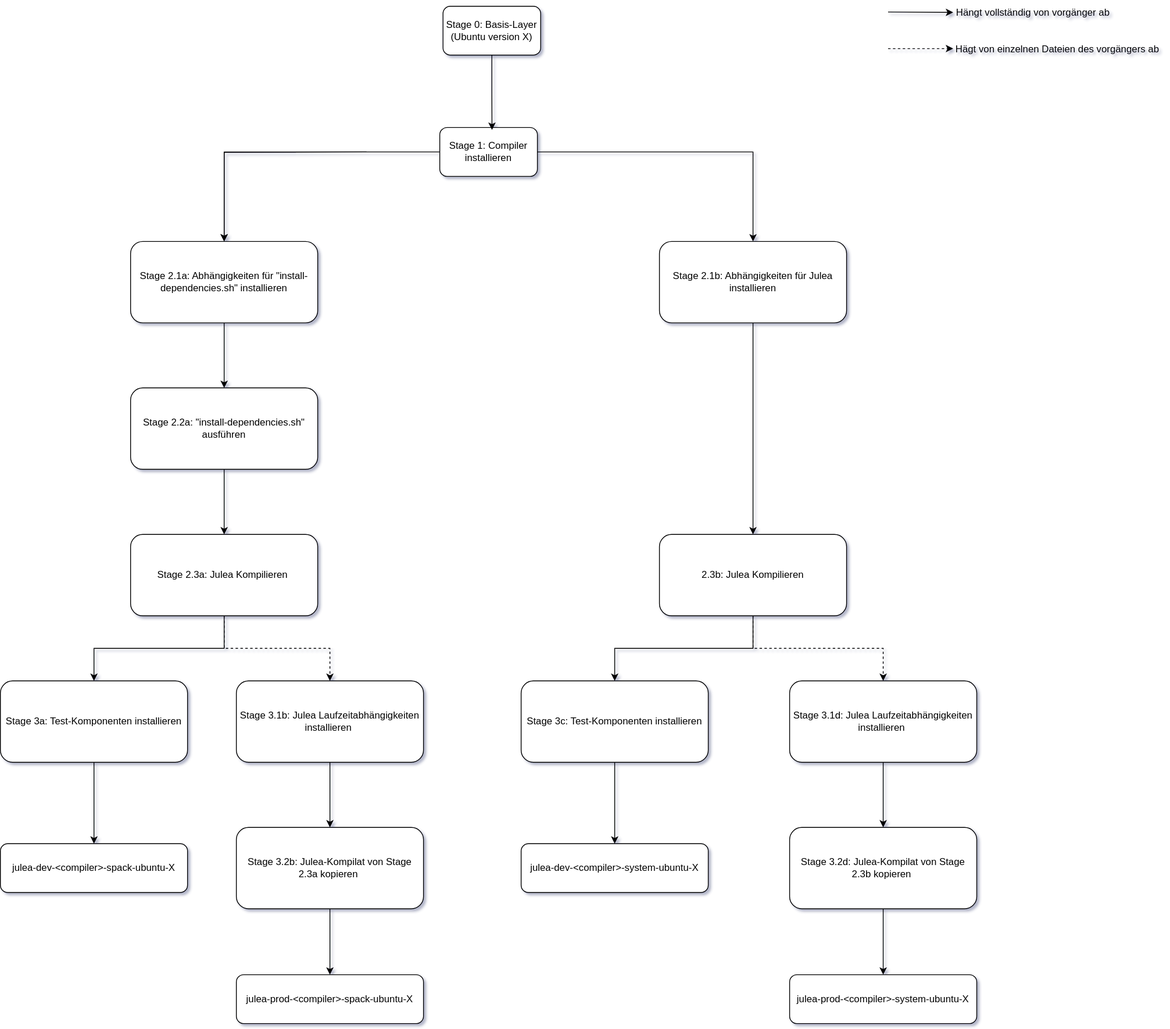
Above: figures/modell-containerfile.drawio.svg in FinnHering/bachelor-arbeit (draw.io), before the change. Source tidied: cells renumbered, new cells last; positions are measured from the earlier drawing's top-left corner, leaving out a move shared by most shapes.
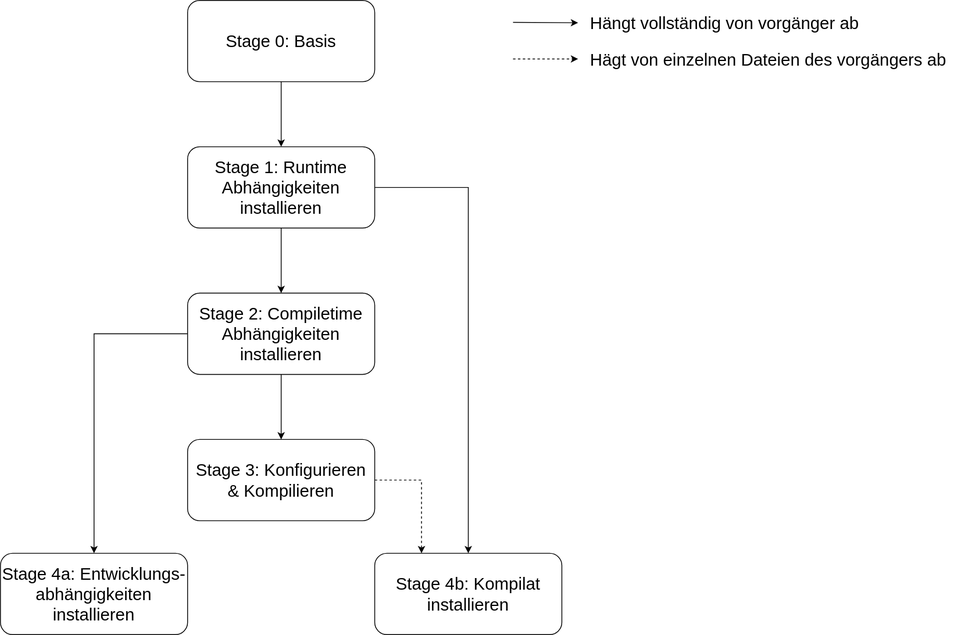
The same file after the commit.

What changed in the source:
```diff
@@ -2,127 +2,63 @@
   <root>
     <mxCell id="0" />
     <mxCell id="1" parent="0" />
-    <mxCell id="2" style="edgeStyle=orthogonalEdgeStyle;rounded=0;jettySize=auto;html=1;" parent="1" edge="1" target="7">
-      <mxGeometry relative="1" as="geometry">
-        <mxPoint x="450" y="187" as="sourcePoint" />
-      </mxGeometry>
-    </mxCell>
-    <mxCell id="3" style="edgeStyle=orthogonalEdgeStyle;rounded=0;jettySize=auto;html=1;exitX=0;exitY=0.5;exitDx=0;exitDy=0;" parent="1" edge="1" source="5" target="7">
-      <mxGeometry relative="1" as="geometry" />
-    </mxCell>
-    <mxCell id="4" style="edgeStyle=orthogonalEdgeStyle;rounded=0;jettySize=auto;html=1;entryX=0.5;entryY=0;entryDx=0;entryDy=0;" parent="1" edge="1" source="5" target="9">
-      <mxGeometry relative="1" as="geometry" />
-    </mxCell>
-    <mxCell id="5" value="Stage 1: Compiler installieren" style="rounded=1;whiteSpace=wrap;html=1;" parent="1" vertex="1">
-      <mxGeometry x="540" y="157" width="120" height="60" as="geometry" />
-    </mxCell>
-    <mxCell id="6" style="edgeStyle=orthogonalEdgeStyle;rounded=0;jettySize=auto;html=1;exitX=0.5;exitY=1;exitDx=0;exitDy=0;entryX=0.5;entryY=0;entryDx=0;entryDy=0;" parent="1" edge="1" source="7" target="11">
-      <mxGeometry relative="1" as="geometry" />
-    </mxCell>
-    <mxCell id="7" value="Stage 2.1a: Abhängigkeiten für &quot;install-dependencies.sh&quot; installieren" style="whiteSpace=wrap;html=1;rounded=1;" parent="1" vertex="1">
-      <mxGeometry x="160" y="297" width="230" height="100" as="geometry" />
-    </mxCell>
-    <mxCell id="8" style="edgeStyle=orthogonalEdgeStyle;rounded=0;jettySize=auto;html=1;exitX=0.5;exitY=1;exitDx=0;exitDy=0;entryX=0.5;entryY=0;entryDx=0;entryDy=0;" parent="1" edge="1" source="9" target="14">
-      <mxGeometry relative="1" as="geometry" />
-    </mxCell>
-    <mxCell id="9" value="Stage 2.1b: Abhängigkeiten für Julea installieren" style="whiteSpace=wrap;html=1;rounded=1;" parent="1" vertex="1">
-      <mxGeometry x="810" y="297" width="230" height="100" as="geometry" />
-    </mxCell>
-    <mxCell id="10" style="edgeStyle=orthogonalEdgeStyle;rounded=0;jettySize=auto;html=1;exitX=0.5;exitY=1;exitDx=0;exitDy=0;entryX=0.5;entryY=0;entryDx=0;entryDy=0;" parent="1" edge="1" source="11" target="17">
-      <mxGeometry relative="1" as="geometry" />
-    </mxCell>
-    <mxCell id="11" value="Stage 2.2a: &quot;install-dependencies.sh&quot; ausführen" style="whiteSpace=wrap;html=1;rounded=1;" parent="1" vertex="1">
-      <mxGeometry x="160" y="477" width="230" height="100" as="geometry" />
-    </mxCell>
-    <mxCell id="12" style="edgeStyle=orthogonalEdgeStyle;rounded=0;jettySize=auto;html=1;entryX=0.5;entryY=0;entryDx=0;entryDy=0;" parent="1" edge="1" source="14" target="23">
-      <mxGeometry relative="1" as="geometry" />
-    </mxCell>
-    <mxCell id="13" style="edgeStyle=orthogonalEdgeStyle;rounded=0;jettySize=auto;html=1;entryX=0.5;entryY=0;entryDx=0;entryDy=0;dashed=1;" parent="1" edge="1" source="14" target="25">
-      <mxGeometry relative="1" as="geometry" />
-    </mxCell>
-    <mxCell id="14" value="2.3b: Julea Kompilieren" style="whiteSpace=wrap;html=1;rounded=1;" parent="1" vertex="1">
-      <mxGeometry x="810" y="657" width="230" height="100" as="geometry" />
-    </mxCell>
-    <mxCell id="15" style="edgeStyle=orthogonalEdgeStyle;rounded=0;jettySize=auto;html=1;exitX=0.5;exitY=1;exitDx=0;exitDy=0;entryX=0.5;entryY=0;entryDx=0;entryDy=0;" parent="1" edge="1" source="17" target="19">
-      <mxGeometry relative="1" as="geometry" />
-    </mxCell>
-    <mxCell id="16" style="edgeStyle=orthogonalEdgeStyle;rounded=0;jettySize=auto;html=1;entryX=0.5;entryY=0;entryDx=0;entryDy=0;dashed=1;" parent="1" edge="1" source="17" target="21">
-      <mxGeometry relative="1" as="geometry" />
-    </mxCell>
-    <mxCell id="17" value="Stage 2.3a: Julea Kompilieren&amp;nbsp;" style="whiteSpace=wrap;html=1;rounded=1;" parent="1" vertex="1">
-      <mxGeometry x="160" y="657" width="230" height="100" as="geometry" />
-    </mxCell>
-    <mxCell id="18" style="edgeStyle=orthogonalEdgeStyle;rounded=0;jettySize=auto;html=1;" parent="1" edge="1" source="19" target="36">
-      <mxGeometry relative="1" as="geometry" />
-    </mxCell>
-    <mxCell id="19" value="Stage 3a: Test-Komponenten installieren" style="whiteSpace=wrap;html=1;rounded=1;" parent="1" vertex="1">
-      <mxGeometry y="837" width="230" height="100" as="geometry" />
-    </mxCell>
-    <mxCell id="20" style="edgeStyle=orthogonalEdgeStyle;rounded=0;jettySize=auto;html=1;entryX=0.5;entryY=0;entryDx=0;entryDy=0;" parent="1" edge="1" source="21" target="29">
-      <mxGeometry relative="1" as="geometry" />
-    </mxCell>
-    <mxCell id="21" value="Stage 3.1b: Julea Laufzeitabhängigkeiten installieren&amp;nbsp;" style="whiteSpace=wrap;html=1;rounded=1;" parent="1" vertex="1">
-      <mxGeometry x="290" y="837" width="230" height="100" as="geometry" />
-    </mxCell>
-    <mxCell id="22" style="edgeStyle=orthogonalEdgeStyle;rounded=0;jettySize=auto;html=1;entryX=0.5;entryY=0;entryDx=0;entryDy=0;" parent="1" edge="1" source="23" target="38">
-      <mxGeometry relative="1" as="geometry" />
-    </mxCell>
-    <mxCell id="23" value="Stage 3c: Test-Komponenten installieren" style="whiteSpace=wrap;html=1;rounded=1;" parent="1" vertex="1">
-      <mxGeometry x="640" y="837" width="230" height="100" as="geometry" />
-    </mxCell>
-    <mxCell id="24" style="edgeStyle=orthogonalEdgeStyle;rounded=0;jettySize=auto;html=1;" parent="1" edge="1" source="25" target="27">
-      <mxGeometry relative="1" as="geometry" />
-    </mxCell>
-    <mxCell id="25" value="Stage 3.1d: Julea Laufzeitabhängigkeiten installieren&amp;nbsp;" style="whiteSpace=wrap;html=1;rounded=1;" parent="1" vertex="1">
-      <mxGeometry x="970" y="837" width="230" height="100" as="geometry" />
-    </mxCell>
-    <mxCell id="26" style="edgeStyle=orthogonalEdgeStyle;rounded=0;jettySize=auto;html=1;entryX=0.5;entryY=0;entryDx=0;entryDy=0;" parent="1" edge="1" source="27" target="39">
-      <mxGeometry relative="1" as="geometry" />
-    </mxCell>
-    <mxCell id="27" value="Stage 3.2d: Julea-Kompilat von Stage 2.3b kopieren&amp;nbsp;" style="whiteSpace=wrap;html=1;rounded=1;" parent="1" vertex="1">
-      <mxGeometry x="970" y="1017" width="230" height="100" as="geometry" />
-    </mxCell>
-    <mxCell id="28" style="edgeStyle=orthogonalEdgeStyle;rounded=0;jettySize=auto;html=1;entryX=0.5;entryY=0;entryDx=0;entryDy=0;" parent="1" edge="1" source="29" target="37">
-      <mxGeometry relative="1" as="geometry" />
-    </mxCell>
-    <mxCell id="29" value="Stage 3.2b: Julea-Kompilat von Stage 2.3a kopieren&amp;nbsp;" style="whiteSpace=wrap;html=1;rounded=1;" parent="1" vertex="1">
-      <mxGeometry x="290" y="1017" width="230" height="100" as="geometry" />
-    </mxCell>
     <mxCell id="30" style="endArrow=classic;html=1;rounded=0;dashed=1;" parent="1" edge="1">
       <mxGeometry relative="1" as="geometry">
-        <mxPoint x="1091" y="60" as="sourcePoint" />
-        <mxPoint x="1171" y="60" as="targetPoint" />
+        <mxPoint x="1078" y="60" as="sourcePoint" />
+        <mxPoint x="1158" y="60" as="targetPoint" />
       </mxGeometry>
     </mxCell>
     <mxCell id="31" style="endArrow=classic;html=1;rounded=0;" parent="1" edge="1">
       <mxGeometry relative="1" as="geometry">
-        <mxPoint x="1091" y="15" as="sourcePoint" />
-        <mxPoint x="1171" y="15.5" as="targetPoint" />
+        <mxPoint x="1078" y="15" as="sourcePoint" />
+        <mxPoint x="1158" y="15.5" as="targetPoint" />
       </mxGeometry>
     </mxCell>
-    <mxCell id="32" value="Hängt vollständig von vorgänger ab&amp;nbsp;" style="text;html=1;align=center;verticalAlign=middle;whiteSpace=wrap;rounded=0;" parent="1" vertex="1">
-      <mxGeometry x="1171" y="0.5" width="200" height="30" as="geometry" />
+    <mxCell id="32" value="Hängt vollständig von vorgänger ab&amp;nbsp;" style="text;html=1;align=left;verticalAlign=middle;whiteSpace=wrap;rounded=0;fontSize=21;" parent="1" vertex="1">
+      <mxGeometry x="1171" y="0.5" width="367" height="30" as="geometry" />
     </mxCell>
-    <mxCell id="33" value="Hägt von einzelnen Dateien des vorgängers ab&amp;nbsp;" style="text;html=1;align=center;verticalAlign=middle;whiteSpace=wrap;rounded=0;" parent="1" vertex="1">
-      <mxGeometry x="1171" y="45.5" width="260" height="30" as="geometry" />
+    <mxCell id="33" value="Hägt von einzelnen Dateien des vorgängers ab&amp;nbsp;" style="text;html=1;align=left;verticalAlign=middle;whiteSpace=wrap;rounded=0;fontSize=21;" parent="1" vertex="1">
+      <mxGeometry x="1171" y="45.5" width="457" height="30" as="geometry" />
     </mxCell>
-    <mxCell id="34" value="Stage 0: Basis-Layer (Ubuntu version X)" style="rounded=1;whiteSpace=wrap;html=1;" parent="1" vertex="1">
-      <mxGeometry x="544" y="8" width="120" height="60" as="geometry" />
-    </mxCell>
-    <mxCell id="35" style="edgeStyle=orthogonalEdgeStyle;rounded=0;jettySize=auto;html=1;entryX=0.535;entryY=0.048;entryDx=0;entryDy=0;entryPerimeter=0;" parent="1" edge="1" source="34" target="5">
-      <mxGeometry relative="1" as="geometry" />
-    </mxCell>
-    <mxCell id="36" value="julea-dev-&amp;lt;compiler&amp;gt;-spack-ubuntu-X" style="whiteSpace=wrap;html=1;rounded=1;" parent="1" vertex="1">
-      <mxGeometry y="1037" width="230" height="60" as="geometry" />
-    </mxCell>
-    <mxCell id="37" value="julea-prod-&amp;lt;compiler&amp;gt;-spack-ubuntu-X" style="whiteSpace=wrap;html=1;rounded=1;" parent="1" vertex="1">
-      <mxGeometry x="290" y="1198" width="230" height="60" as="geometry" />
-    </mxCell>
-    <mxCell id="38" value="julea-dev-&amp;lt;compiler&amp;gt;-system-ubuntu-X" style="whiteSpace=wrap;html=1;rounded=1;" parent="1" vertex="1">
-      <mxGeometry x="640" y="1037" width="230" height="60" as="geometry" />
-    </mxCell>
-    <mxCell id="39" value="julea-prod-&amp;lt;compiler&amp;gt;-system-ubuntu-X" style="whiteSpace=wrap;html=1;rounded=1;" parent="1" vertex="1">
-      <mxGeometry x="970" y="1198" width="230" height="60" as="geometry" />
-    </mxCell>
+    <mxCell id="40" style="edgeStyle=orthogonalEdgeStyle;rounded=0;jettySize=auto;html=1;" parent="1" edge="1" source="41" target="43">
+      <mxGeometry relative="1" as="geometry" />
+    </mxCell>
+    <mxCell id="41" value="&lt;font style=&quot;font-size: 21px;&quot;&gt;Stage 0: Basis&lt;/font&gt;" style="whiteSpace=wrap;html=1;rounded=1;" parent="1" vertex="1">
+      <mxGeometry x="678" y="-12" width="230" height="100" as="geometry" />
+    </mxCell>
+    <mxCell id="42" style="edgeStyle=orthogonalEdgeStyle;rounded=0;jettySize=auto;html=1;" parent="1" edge="1" source="43" target="47">
+      <mxGeometry relative="1" as="geometry" />
+    </mxCell>
+    <mxCell id="43" value="&lt;font style=&quot;font-size: 21px;&quot;&gt;Stage 1: Runtime Abhängigkeiten installieren&lt;/font&gt;" style="whiteSpace=wrap;html=1;rounded=1;fontSize=21;" parent="1" vertex="1">
+      <mxGeometry x="678" y="168" width="230" height="100" as="geometry" />
+    </mxCell>
+    <mxCell id="44" style="edgeStyle=orthogonalEdgeStyle;rounded=0;jettySize=auto;html=1;" parent="1" edge="1" source="47" target="49">
+      <mxGeometry relative="1" as="geometry" />
+    </mxCell>
+    <mxCell id="45" style="edgeStyle=orthogonalEdgeStyle;rounded=0;jettySize=auto;html=1;exitX=0;exitY=0.5;exitDx=0;exitDy=0;entryX=0.5;entryY=0;entryDx=0;entryDy=0;" parent="1" edge="1" source="47" target="50">
+      <mxGeometry relative="1" as="geometry" />
+    </mxCell>
+    <mxCell id="46" style="edgeStyle=orthogonalEdgeStyle;rounded=0;jettySize=auto;html=1;exitX=1;exitY=0.5;exitDx=0;exitDy=0;" parent="1" edge="1" source="43" target="51">
+      <mxGeometry relative="1" as="geometry">
+        <Array as="points">
+          <mxPoint x="1023" y="218" />
+        </Array>
+      </mxGeometry>
+    </mxCell>
+    <mxCell id="47" value="&lt;font style=&quot;font-size: 21px;&quot;&gt;Stage 2: Compiletime Abhängigkeiten installieren&lt;/font&gt;" style="whiteSpace=wrap;html=1;rounded=1;fontSize=21;" parent="1" vertex="1">
+      <mxGeometry x="678" y="348" width="230" height="100" as="geometry" />
+    </mxCell>
+    <mxCell id="48" style="edgeStyle=orthogonalEdgeStyle;rounded=0;jettySize=auto;html=1;exitX=1;exitY=0.5;exitDx=0;exitDy=0;entryX=0.25;entryY=0;entryDx=0;entryDy=0;dashed=1;" parent="1" edge="1" source="49" target="51">
+      <mxGeometry relative="1" as="geometry" />
+    </mxCell>
+    <mxCell id="49" value="&lt;font style=&quot;font-size: 21px;&quot;&gt;Stage 3: Konfigurieren &amp;amp; Kompilieren&lt;/font&gt;" style="whiteSpace=wrap;html=1;rounded=1;fontSize=21;" parent="1" vertex="1">
+      <mxGeometry x="678" y="528" width="230" height="100" as="geometry" />
+    </mxCell>
+    <mxCell id="50" value="&lt;font style=&quot;font-size: 21px;&quot;&gt;Stage 4a: Entwicklungs-abhängigkeiten installieren&lt;/font&gt;" style="whiteSpace=wrap;html=1;rounded=1;fontSize=21;" parent="1" vertex="1">
+      <mxGeometry x="448" y="668" width="230" height="100" as="geometry" />
+    </mxCell>
+    <mxCell id="51" value="&lt;font style=&quot;font-size: 21px;&quot;&gt;Stage 4b: Kompilat installieren&lt;/font&gt;" style="whiteSpace=wrap;html=1;rounded=1;fontSize=21;" parent="1" vertex="1">
+      <mxGeometry x="908" y="668" width="230" height="100" as="geometry" />
+    </mxCell>
   </root>
 </mxGraphModel>
```
